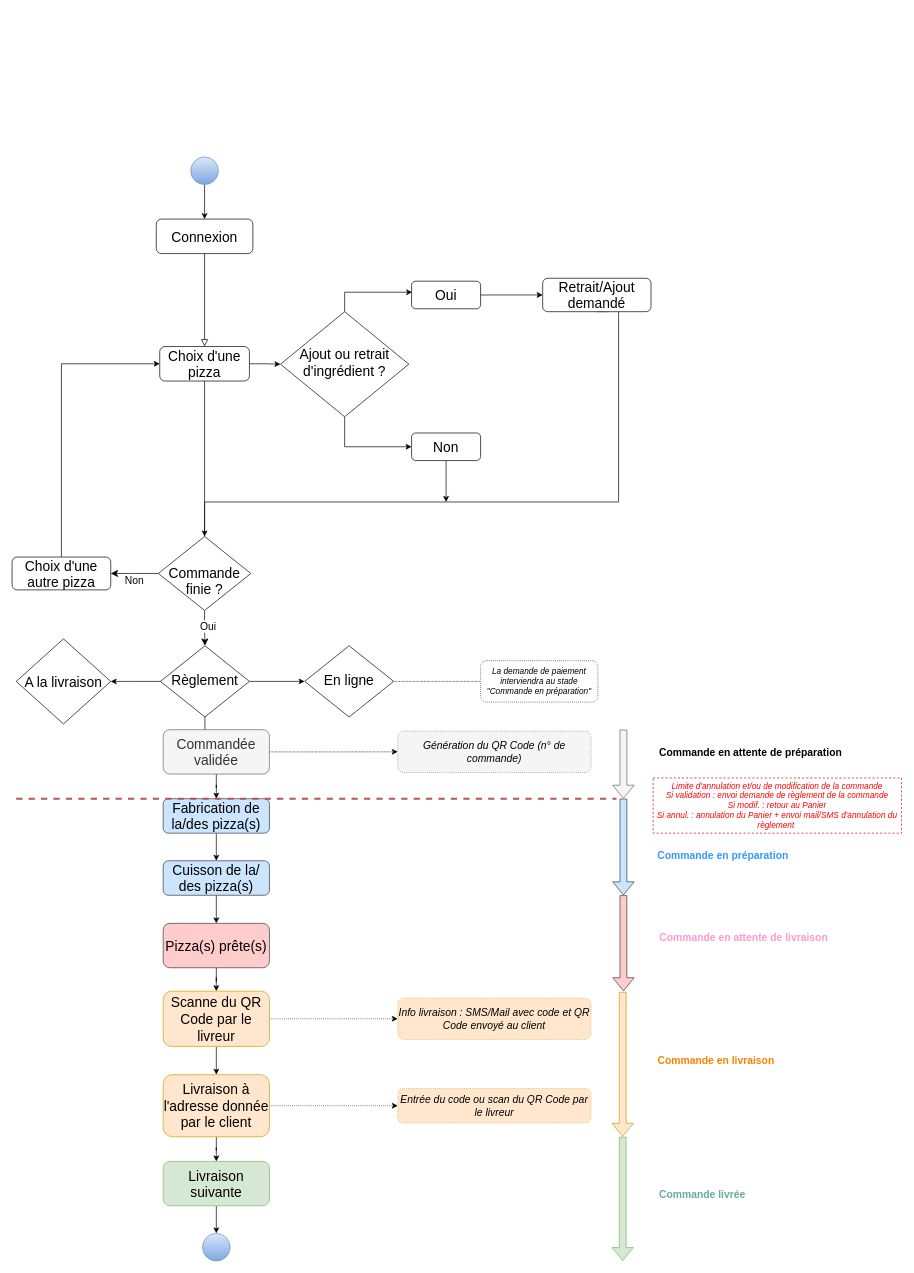
Before: Untitled Diagram.drawio in OMorlotti/P4-analyser-les-besoin-de-mon-client-pour-son-groupe-de-pizzerias, a draw.io diagram. Source tidied: cells renumbered, new cells numbered last; positions are measured from the earlier drawing's top-left corner, leaving out a move shared by most shapes. Both pictures are drawn from the tidied source at 69%, with x=0, y=0 at pixel (12, 12).
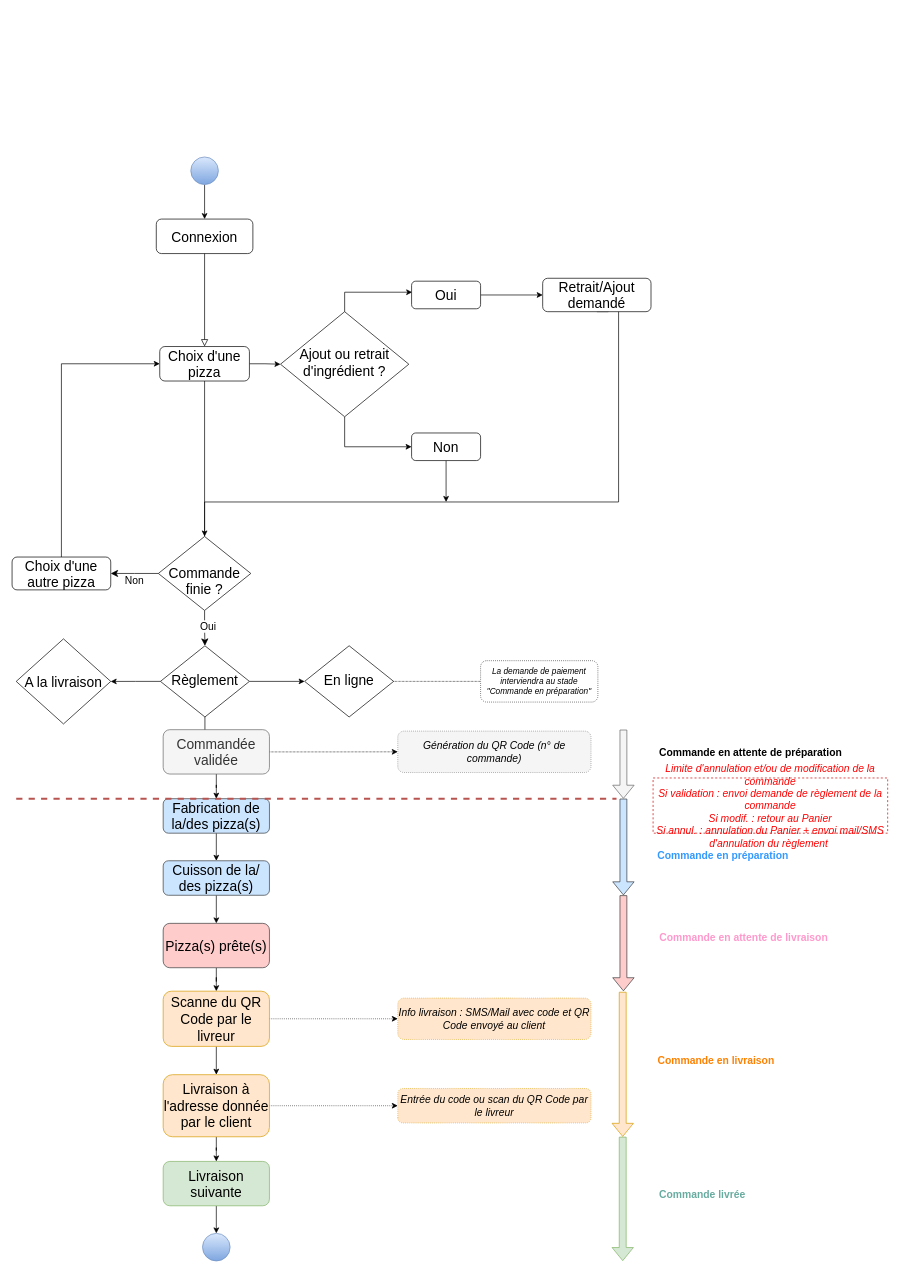
The same diagram, later.

What changed in the source:
```diff
@@
-    <mxCell id="45" value="&lt;font color=&quot;#ff0000&quot;&gt;Limite d'annulation et/ou de modification de la commande&lt;br&gt;Si validation : envoi demande de règlement de la commande&lt;br&gt;Si modif. : retour au Panier&lt;br&gt;Si annul. : annulation du Panier + envoi mail/SMS d'annulation du règlement&amp;nbsp;&lt;br&gt;&lt;/font&gt;" style="text;html=1;strokeColor=#CC0000;fillColor=none;align=center;verticalAlign=middle;whiteSpace=wrap;rounded=0;fontStyle=2;dashed=1;" parent="1" vertex="1">
-      <mxGeometry x="929" y="1110" width="360" height="80" as="geometry" />
+    <mxCell id="45" value="&lt;font color=&quot;#ff0000&quot; style=&quot;font-size: 15px&quot;&gt;Limite d'annulation et/ou de modification de la commande&lt;br&gt;Si validation : envoi demande de règlement de la commande&lt;br&gt;Si modif. : retour au Panier&lt;br&gt;Si annul. : annulation du Panier + envoi mail/SMS d'annulation du règlement&amp;nbsp;&lt;br&gt;&lt;/font&gt;" style="text;html=1;strokeColor=#CC0000;fillColor=none;align=center;verticalAlign=middle;whiteSpace=wrap;rounded=0;fontStyle=2;dashed=1;" parent="1" vertex="1">
+      <mxGeometry x="929" y="1110" width="340" height="80" as="geometry" />
     </mxCell>
```
